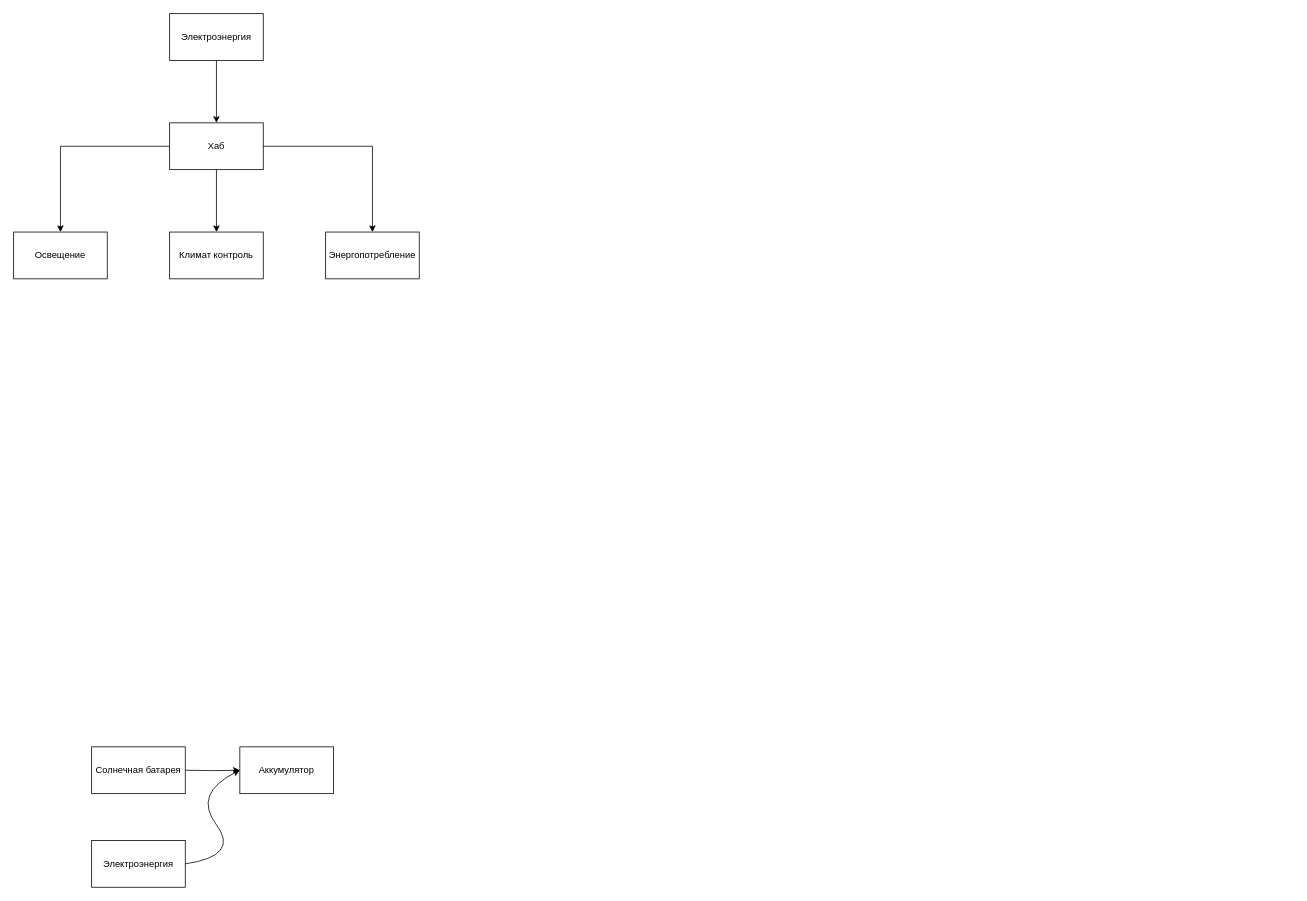
Janusz-Alexey/Draw_io keeps this draw.io diagram as Диаграмма без названия.drawio. Above is the earlier version. Source tidied: cells renumbered, new cells numbered last; positions are measured from the earlier drawing's top-left corner, leaving out a move shared by most shapes. Both pictures are drawn from the tidied source at 78%, with x=0, y=0 at pixel (13, 13).
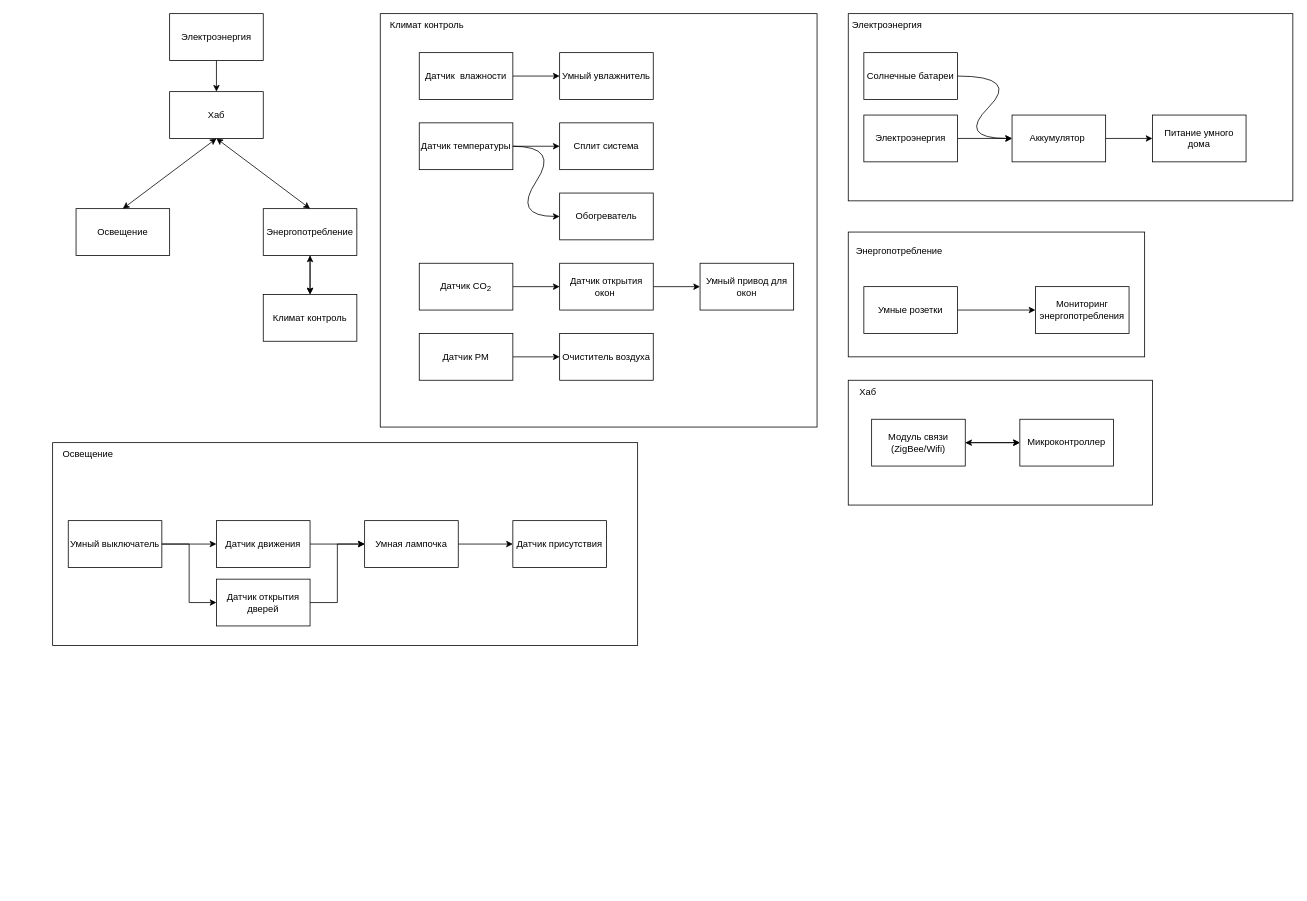
Above is the later version.

Change to the diagram source:
```diff
@@
-    <mxCell id="2" style="edgeStyle=orthogonalEdgeStyle;rounded=0;jettySize=auto;html=1;" parent="1" edge="1" target="3">
-      <mxGeometry relative="1" as="geometry">
-        <mxPoint x="220" y="970" as="sourcePoint" />
-      </mxGeometry>
-    </mxCell>
-    <mxCell id="3" value="Аккумулятор" style="rounded=0;whiteSpace=wrap;html=1;" parent="1" vertex="1">
-      <mxGeometry x="290" y="940" width="120" height="60" as="geometry" />
-    </mxCell>
-    <mxCell id="4" value="Солнечная батарея" style="rounded=0;whiteSpace=wrap;html=1;" parent="1" vertex="1">
-      <mxGeometry x="100" y="940" width="120" height="60" as="geometry" />
-    </mxCell>
-    <mxCell id="5" value="Электроэнергия" style="rounded=0;whiteSpace=wrap;html=1;" parent="1" vertex="1">
-      <mxGeometry x="100" y="1060" width="120" height="60" as="geometry" />
-    </mxCell>
-    <mxCell id="6" style="curved=1;endArrow=classic;html=1;rounded=0;entryX=0;entryY=0.5;entryDx=0;entryDy=0;exitX=1;exitY=0.5;exitDx=0;exitDy=0;" parent="1" edge="1" source="5" target="3">
-      <mxGeometry relative="1" as="geometry">
-        <Array as="points">
-          <mxPoint x="290" y="1080" />
-          <mxPoint x="230" y="1000" />
-        </Array>
-      </mxGeometry>
-    </mxCell>
-    <mxCell id="7" style="edgeStyle=orthogonalEdgeStyle;rounded=0;jettySize=auto;html=1;" parent="1" edge="1" source="8" target="10">
-      <mxGeometry relative="1" as="geometry" />
-    </mxCell>
     <mxCell id="8" value="Хаб" style="rounded=0;whiteSpace=wrap;html=1;" parent="1" vertex="1">
-      <mxGeometry x="200" y="140" width="120" height="60" as="geometry" />
+      <mxGeometry x="200" y="100" width="120" height="60" as="geometry" />
     </mxCell>
     <mxCell id="9" value="Освещение" style="whiteSpace=wrap;html=1;" parent="1" vertex="1">
-      <mxGeometry y="280" width="120" height="60" as="geometry" />
+      <mxGeometry x="80" y="250" width="120" height="60" as="geometry" />
     </mxCell>
     <mxCell id="10" value="Климат контроль" style="whiteSpace=wrap;html=1;" parent="1" vertex="1">
-      <mxGeometry x="200" y="280" width="120" height="60" as="geometry" />
+      <mxGeometry x="320" y="360" width="120" height="60" as="geometry" />
     </mxCell>
+    <mxCell id="16" style="edgeStyle=orthogonalEdgeStyle;rounded=0;jettySize=auto;html=1;" parent="1" edge="1" source="11" target="10">
+      <mxGeometry relative="1" as="geometry" />
+    </mxCell>
     <mxCell id="11" value="Энергопотребление" style="whiteSpace=wrap;html=1;" parent="1" vertex="1">
-      <mxGeometry x="400" y="280" width="120" height="60" as="geometry" />
+      <mxGeometry x="320" y="250" width="120" height="60" as="geometry" />
     </mxCell>
@@
-    <mxCell id="14" style="edgeStyle=orthogonalEdgeStyle;rounded=0;jettySize=auto;html=1;exitX=1;exitY=0.5;exitDx=0;exitDy=0;entryX=0.5;entryY=0;entryDx=0;entryDy=0;" parent="1" edge="1" source="8" target="11">
-      <mxGeometry relative="1" as="geometry" />
-    </mxCell>
-    <mxCell id="15" style="edgeStyle=orthogonalEdgeStyle;rounded=0;jettySize=auto;html=1;exitX=0;exitY=0.5;exitDx=0;exitDy=0;entryX=0.5;entryY=0;entryDx=0;entryDy=0;" parent="1" edge="1" source="8" target="9">
-      <mxGeometry relative="1" as="geometry" />
-    </mxCell>
+    <mxCell id="17" style="rounded=0;whiteSpace=wrap;html=1;" parent="1" vertex="1">
+      <mxGeometry x="1070" width="570" height="240" as="geometry" />
+    </mxCell>
+    <mxCell id="18" value="Электроэнергия" style="text;html=1;align=center;verticalAlign=middle;whiteSpace=wrap;rounded=0;" parent="1" vertex="1">
+      <mxGeometry x="1090" width="60" height="30" as="geometry" />
+    </mxCell>
+    <mxCell id="19" value="Солнечные батареи" style="rounded=0;whiteSpace=wrap;html=1;" parent="1" vertex="1">
+      <mxGeometry x="1090" y="50" width="120" height="60" as="geometry" />
+    </mxCell>
+    <mxCell id="20" style="edgeStyle=orthogonalEdgeStyle;rounded=0;jettySize=auto;html=1;" parent="1" edge="1" source="3" target="21">
+      <mxGeometry relative="1" as="geometry" />
+    </mxCell>
+    <mxCell id="3" value="Аккумулятор&amp;nbsp;" style="rounded=0;whiteSpace=wrap;html=1;" parent="1" vertex="1">
+      <mxGeometry x="1280" y="130" width="120" height="60" as="geometry" />
+    </mxCell>
+    <mxCell id="6" style="edgeStyle=orthogonalEdgeStyle;rounded=0;jettySize=auto;html=1;" parent="1" edge="1" source="5" target="3">
+      <mxGeometry relative="1" as="geometry" />
+    </mxCell>
+    <mxCell id="5" value="Электроэнергия" style="rounded=0;whiteSpace=wrap;html=1;" parent="1" vertex="1">
+      <mxGeometry x="1090" y="130" width="120" height="60" as="geometry" />
+    </mxCell>
+    <mxCell id="21" value="Питание умного дома" style="rounded=0;whiteSpace=wrap;html=1;" parent="1" vertex="1">
+      <mxGeometry x="1460" y="130" width="120" height="60" as="geometry" />
+    </mxCell>
+    <mxCell id="22" style="curved=1;endArrow=classic;html=1;rounded=0;entryX=0;entryY=0.5;entryDx=0;entryDy=0;exitX=1;exitY=0.5;exitDx=0;exitDy=0;" parent="1" edge="1" source="19" target="3">
+      <mxGeometry relative="1" as="geometry">
+        <Array as="points">
+          <mxPoint x="1290" y="80" />
+          <mxPoint x="1210" y="160" />
+        </Array>
+      </mxGeometry>
+    </mxCell>
+    <mxCell id="23" style="rounded=0;whiteSpace=wrap;html=1;" parent="1" vertex="1">
+      <mxGeometry x="50" y="550" width="750" height="260" as="geometry" />
+    </mxCell>
+    <mxCell id="24" value="Освещение" style="text;html=1;align=center;verticalAlign=middle;strokeColor=none;fillColor=none;" parent="1" vertex="1">
+      <mxGeometry x="50" y="550" width="90" height="30" as="geometry" />
+    </mxCell>
+    <mxCell id="25" style="edgeStyle=orthogonalEdgeStyle;rounded=0;jettySize=auto;html=1;entryX=0;entryY=0.5;entryDx=0;entryDy=0;" parent="1" edge="1" source="26" target="55">
+      <mxGeometry relative="1" as="geometry" />
+    </mxCell>
+    <mxCell id="26" value="Умный выключатель" style="rounded=0;whiteSpace=wrap;html=1;" parent="1" vertex="1">
+      <mxGeometry x="70" y="650" width="120" height="60" as="geometry" />
+    </mxCell>
+    <mxCell id="27" style="edgeStyle=orthogonalEdgeStyle;rounded=0;jettySize=auto;html=1;" parent="1" edge="1" source="28" target="31">
+      <mxGeometry relative="1" as="geometry" />
+    </mxCell>
+    <mxCell id="28" value="Датчик движения" style="rounded=0;whiteSpace=wrap;html=1;" parent="1" vertex="1">
+      <mxGeometry x="260" y="650" width="120" height="60" as="geometry" />
+    </mxCell>
+    <mxCell id="29" value="Датчик присутствия" style="rounded=0;whiteSpace=wrap;html=1;" parent="1" vertex="1">
+      <mxGeometry x="640" y="650" width="120" height="60" as="geometry" />
+    </mxCell>
+    <mxCell id="30" style="edgeStyle=orthogonalEdgeStyle;rounded=0;jettySize=auto;html=1;" parent="1" edge="1" source="31" target="29">
+      <mxGeometry relative="1" as="geometry" />
+    </mxCell>
+    <mxCell id="31" value="Умная лампочка" style="rounded=0;whiteSpace=wrap;html=1;" parent="1" vertex="1">
+      <mxGeometry x="450" y="650" width="120" height="60" as="geometry" />
+    </mxCell>
+    <mxCell id="32" style="whiteSpace=wrap;html=1;" parent="1" vertex="1">
+      <mxGeometry x="1070" y="280" width="380" height="160" as="geometry" />
+    </mxCell>
+    <mxCell id="33" value="Энергопотребление" style="text;html=1;align=center;verticalAlign=middle;strokeColor=none;fillColor=none;" parent="1" vertex="1">
+      <mxGeometry x="1070" y="290" width="130" height="30" as="geometry" />
+    </mxCell>
+    <mxCell id="34" style="edgeStyle=orthogonalEdgeStyle;rounded=0;jettySize=auto;html=1;" parent="1" edge="1" source="35" target="36">
+      <mxGeometry relative="1" as="geometry" />
+    </mxCell>
+    <mxCell id="35" value="Умные розетки" style="whiteSpace=wrap;html=1;" parent="1" vertex="1">
+      <mxGeometry x="1090" y="350" width="120" height="60" as="geometry" />
+    </mxCell>
+    <mxCell id="36" value="Мониторинг энергопотребления" style="whiteSpace=wrap;html=1;" parent="1" vertex="1">
+      <mxGeometry x="1310" y="350" width="120" height="60" as="geometry" />
+    </mxCell>
+    <mxCell id="37" style="whiteSpace=wrap;html=1;" parent="1" vertex="1">
+      <mxGeometry x="470" width="560" height="530" as="geometry" />
+    </mxCell>
+    <mxCell id="38" value="Климат контроль" style="text;html=1;align=center;verticalAlign=middle;whiteSpace=wrap;rounded=0;" parent="1" vertex="1">
+      <mxGeometry x="470" width="120" height="30" as="geometry" />
+    </mxCell>
+    <mxCell id="39" style="edgeStyle=orthogonalEdgeStyle;rounded=0;jettySize=auto;html=1;" parent="1" edge="1" source="40" target="47">
+      <mxGeometry relative="1" as="geometry" />
+    </mxCell>
+    <mxCell id="40" value="Датчик&amp;nbsp; влажности" style="rounded=0;whiteSpace=wrap;html=1;" parent="1" vertex="1">
+      <mxGeometry x="520" y="50" width="120" height="60" as="geometry" />
+    </mxCell>
+    <mxCell id="41" style="edgeStyle=orthogonalEdgeStyle;rounded=0;jettySize=auto;html=1;" parent="1" edge="1" source="42" target="48">
+      <mxGeometry relative="1" as="geometry" />
+    </mxCell>
+    <mxCell id="42" value="Датчик температуры" style="rounded=0;whiteSpace=wrap;html=1;" parent="1" vertex="1">
+      <mxGeometry x="520" y="140" width="120" height="60" as="geometry" />
+    </mxCell>
+    <mxCell id="43" style="edgeStyle=orthogonalEdgeStyle;rounded=0;jettySize=auto;html=1;" parent="1" edge="1" source="44" target="51">
+      <mxGeometry relative="1" as="geometry" />
+    </mxCell>
+    <mxCell id="44" value="Датчик CO&lt;sub&gt;2&lt;/sub&gt;" style="rounded=0;whiteSpace=wrap;html=1;" parent="1" vertex="1">
+      <mxGeometry x="520" y="320" width="120" height="60" as="geometry" />
+    </mxCell>
+    <mxCell id="45" style="edgeStyle=orthogonalEdgeStyle;rounded=0;jettySize=auto;html=1;" parent="1" edge="1" source="46" target="53">
+      <mxGeometry relative="1" as="geometry" />
+    </mxCell>
+    <mxCell id="46" value="Датчик PM" style="rounded=0;whiteSpace=wrap;html=1;" parent="1" vertex="1">
+      <mxGeometry x="520" y="410" width="120" height="60" as="geometry" />
+    </mxCell>
+    <mxCell id="47" value="Умный увлажнитель" style="rounded=0;whiteSpace=wrap;html=1;" parent="1" vertex="1">
+      <mxGeometry x="700" y="50" width="120" height="60" as="geometry" />
+    </mxCell>
+    <mxCell id="48" value="Сплит система" style="rounded=0;whiteSpace=wrap;html=1;" parent="1" vertex="1">
+      <mxGeometry x="700" y="140" width="120" height="60" as="geometry" />
+    </mxCell>
+    <mxCell id="49" value="Обогреватель" style="rounded=0;whiteSpace=wrap;html=1;" parent="1" vertex="1">
+      <mxGeometry x="700" y="230" width="120" height="60" as="geometry" />
+    </mxCell>
+    <mxCell id="50" style="edgeStyle=orthogonalEdgeStyle;rounded=0;jettySize=auto;html=1;" parent="1" edge="1" source="51" target="52">
+      <mxGeometry relative="1" as="geometry" />
+    </mxCell>
+    <mxCell id="51" value="Датчик открытия окон&amp;nbsp;" style="rounded=0;whiteSpace=wrap;html=1;" parent="1" vertex="1">
+      <mxGeometry x="700" y="320" width="120" height="60" as="geometry" />
+    </mxCell>
+    <mxCell id="52" value="Умный привод для окон" style="rounded=0;whiteSpace=wrap;html=1;" parent="1" vertex="1">
+      <mxGeometry x="880" y="320" width="120" height="60" as="geometry" />
+    </mxCell>
+    <mxCell id="53" value="Очиститель воздуха" style="rounded=0;whiteSpace=wrap;html=1;" parent="1" vertex="1">
+      <mxGeometry x="700" y="410" width="120" height="60" as="geometry" />
+    </mxCell>
+    <mxCell id="54" style="edgeStyle=orthogonalEdgeStyle;rounded=0;jettySize=auto;html=1;exitX=1;exitY=0.5;exitDx=0;exitDy=0;entryX=0;entryY=0.5;entryDx=0;entryDy=0;" parent="1" edge="1" source="55" target="31">
+      <mxGeometry relative="1" as="geometry" />
+    </mxCell>
+    <mxCell id="55" value="Датчик открытия дверей" style="rounded=0;whiteSpace=wrap;html=1;" parent="1" vertex="1">
+      <mxGeometry x="260" y="725" width="120" height="60" as="geometry" />
+    </mxCell>
+    <mxCell id="56" style="endArrow=classic;html=1;rounded=0;exitX=1;exitY=0.5;exitDx=0;exitDy=0;entryX=0;entryY=0.5;entryDx=0;entryDy=0;" parent="1" edge="1" source="26" target="28">
+      <mxGeometry relative="1" as="geometry" />
+    </mxCell>
+    <mxCell id="57" style="curved=1;endArrow=classic;html=1;rounded=0;entryX=0;entryY=0.5;entryDx=0;entryDy=0;exitX=1;exitY=0.5;exitDx=0;exitDy=0;" parent="1" edge="1" source="42" target="49">
+      <mxGeometry relative="1" as="geometry">
+        <Array as="points">
+          <mxPoint x="700" y="170" />
+          <mxPoint x="640" y="260" />
+        </Array>
+      </mxGeometry>
+    </mxCell>
+    <mxCell id="58" style="whiteSpace=wrap;html=1;" parent="1" vertex="1">
+      <mxGeometry x="1070" y="470" width="390" height="160" as="geometry" />
+    </mxCell>
+    <mxCell id="59" value="Хаб" style="text;html=1;align=center;verticalAlign=middle;strokeColor=none;fillColor=none;" parent="1" vertex="1">
+      <mxGeometry x="1070" y="470" width="50" height="30" as="geometry" />
+    </mxCell>
+    <mxCell id="60" style="edgeStyle=orthogonalEdgeStyle;rounded=0;jettySize=auto;html=1;" parent="1" edge="1" source="61" target="62">
+      <mxGeometry relative="1" as="geometry" />
+    </mxCell>
+    <mxCell id="61" value="Модуль связи (ZigBee/Wifi)" style="rounded=0;whiteSpace=wrap;html=1;" parent="1" vertex="1">
+      <mxGeometry x="1100" y="520" width="120" height="60" as="geometry" />
+    </mxCell>
+    <mxCell id="62" value="Микроконтроллер" style="rounded=0;whiteSpace=wrap;html=1;" parent="1" vertex="1">
+      <mxGeometry x="1290" y="520" width="120" height="60" as="geometry" />
+    </mxCell>
+    <mxCell id="63" style="endArrow=classic;startArrow=classic;html=1;rounded=0;exitX=1;exitY=0.5;exitDx=0;exitDy=0;entryX=0;entryY=0.5;entryDx=0;entryDy=0;" parent="1" edge="1" source="61" target="62">
+      <mxGeometry relative="1" as="geometry" />
+    </mxCell>
+    <mxCell id="64" style="endArrow=classic;startArrow=classic;html=1;rounded=0;entryX=0.5;entryY=1;entryDx=0;entryDy=0;exitX=0.5;exitY=0;exitDx=0;exitDy=0;" parent="1" edge="1" source="9" target="8">
+      <mxGeometry relative="1" as="geometry" />
+    </mxCell>
+    <mxCell id="65" style="endArrow=classic;startArrow=classic;html=1;rounded=0;exitX=0.5;exitY=0;exitDx=0;exitDy=0;" parent="1" edge="1" source="11">
+      <mxGeometry relative="1" as="geometry">
+        <mxPoint x="260" y="160" as="targetPoint" />
+      </mxGeometry>
+    </mxCell>
+    <mxCell id="66" style="endArrow=classic;startArrow=classic;html=1;rounded=0;exitX=0.5;exitY=0;exitDx=0;exitDy=0;entryX=0.5;entryY=1;entryDx=0;entryDy=0;" parent="1" edge="1" source="10" target="11">
+      <mxGeometry relative="1" as="geometry" />
+    </mxCell>
```
